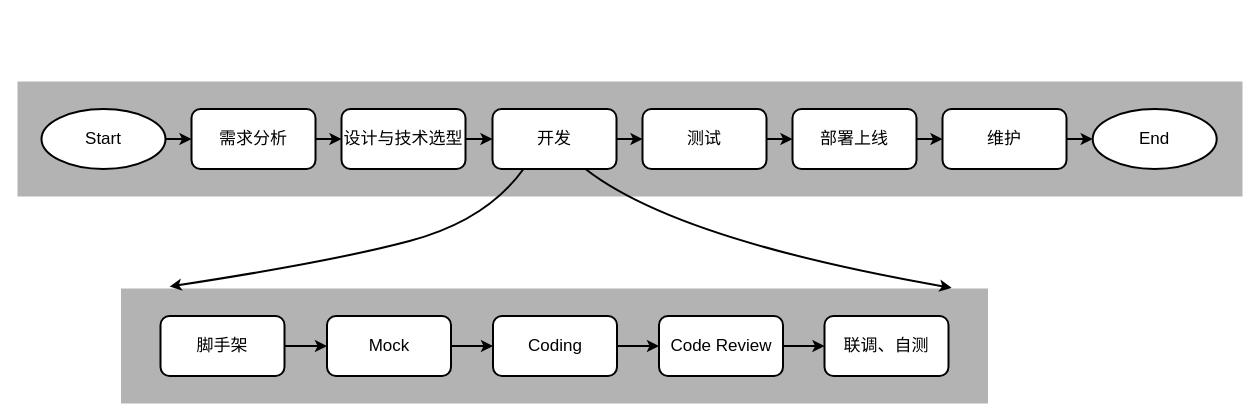
SHERlocked93/graph keeps this draw.io diagram as page "第 1 页" (1 of 2) of 项目开发流程.drawio. Above is the earlier version. Source tidied: cells renumbered, new cells numbered last; positions are measured from the earlier drawing's top-left corner, leaving out a move shared by most shapes. Both pictures are drawn from the tidied source at 100%, with x=0, y=0 at pixel (17, 81).
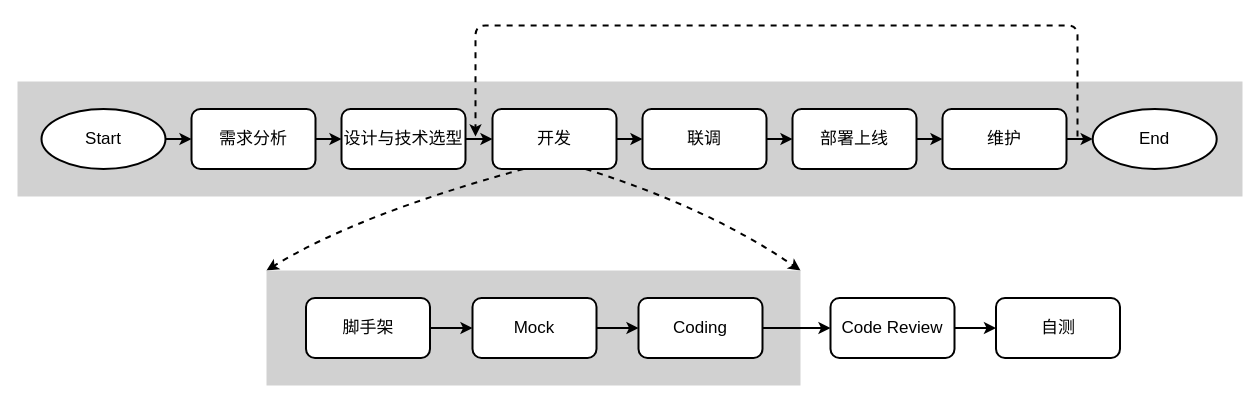
After the change.

Commit message:
更新项目开发流程.drawio

Unchanged cells that the change refers to:
```xml
<mxCell id="9" value="开发" style="rounded=1;whiteSpace=wrap;html=1;strokeWidth=2;fontSize=17;" parent="1" vertex="1">
  <mxGeometry x="475" y="27.5" width="124" height="60" as="geometry" />
</mxCell>
```

What changed in the source:
```diff
@@
-    <mxCell id="2" style="rounded=0;whiteSpace=wrap;html=1;strokeWidth=2;fontSize=17;strokeColor=none;fillColor=#B3B3B3;" parent="1" vertex="1">
-      <mxGeometry x="103.5" y="207" width="867" height="115" as="geometry" />
-    </mxCell>
-    <mxCell id="3" style="rounded=0;whiteSpace=wrap;html=1;strokeWidth=2;fontSize=17;strokeColor=none;fillColor=#B3B3B3;" parent="1" vertex="1">
+    <mxCell id="3" style="rounded=0;whiteSpace=wrap;html=1;strokeWidth=2;fontSize=17;strokeColor=none;fillColor=#D1D1D1;" parent="1" vertex="1">
       <mxGeometry width="1225" height="115" as="geometry" />
     </mxCell>
@@
-    <mxCell id="13" value="测试" style="rounded=1;whiteSpace=wrap;html=1;strokeWidth=2;fontSize=17;" parent="1" vertex="1">
+    <mxCell id="13" value="联调" style="rounded=1;whiteSpace=wrap;html=1;strokeWidth=2;fontSize=17;" parent="1" vertex="1">
       <mxGeometry x="625" y="27.5" width="124" height="60" as="geometry" />
     </mxCell>
@@
-    <mxCell id="16" style="curved=1;endArrow=classic;html=1;fontSize=17;strokeWidth=2;exitX=0.25;exitY=1;exitDx=0;exitDy=0;entryX=0.056;entryY=-0.017;entryDx=0;entryDy=0;entryPerimeter=0;" parent="1" edge="1" source="9" target="2">
-      <mxGeometry relative="1" as="geometry">
-        <Array as="points">
-          <mxPoint x="469" y="139" />
-          <mxPoint x="315" y="180" />
-        </Array>
-      </mxGeometry>
-    </mxCell>
@@
-    <mxCell id="20" style="edgeStyle=orthogonalEdgeStyle;rounded=0;jettySize=auto;html=1;entryX=0;entryY=0.5;entryDx=0;entryDy=0;strokeWidth=2;fontSize=17;" parent="1" edge="1" source="21" target="29">
-      <mxGeometry relative="1" as="geometry" />
-    </mxCell>
+    <mxCell id="30" style="curved=1;endArrow=classic;html=1;strokeWidth=2;exitX=0.25;exitY=1;exitDx=0;exitDy=0;entryX=0;entryY=0;entryDx=0;entryDy=0;dashed=1;" parent="1" edge="1" source="9" target="2">
+      <mxGeometry relative="1" as="geometry">
+        <Array as="points">
+          <mxPoint x="340" y="133" />
+        </Array>
+      </mxGeometry>
+    </mxCell>
+    <mxCell id="31" style="curved=1;endArrow=classic;html=1;strokeWidth=2;exitX=0.75;exitY=1;exitDx=0;exitDy=0;entryX=1;entryY=0;entryDx=0;entryDy=0;dashed=1;" parent="1" edge="1" source="9" target="2">
+      <mxGeometry relative="1" as="geometry">
+        <Array as="points">
+          <mxPoint x="693" y="127" />
+        </Array>
+      </mxGeometry>
+    </mxCell>
+    <mxCell id="32" style="group;" parent="1" vertex="1">
+      <mxGeometry x="249" y="189" width="853.5" height="115" as="geometry" />
+    </mxCell>
+    <mxCell id="2" style="rounded=0;whiteSpace=wrap;html=1;strokeWidth=2;fontSize=17;strokeColor=none;fillColor=#D1D1D1;" parent="32" vertex="1">
+      <mxGeometry width="534" height="115" as="geometry" />
+    </mxCell>
+    <mxCell id="33" style="group;" parent="32" vertex="1">
+      <mxGeometry x="39.5" y="27.5" width="814" height="60" as="geometry" />
+    </mxCell>
-    <mxCell id="21" value="脚手架" style="rounded=1;whiteSpace=wrap;html=1;strokeWidth=2;fontSize=17;" parent="1" vertex="1">
-      <mxGeometry x="143" y="234.5" width="124" height="60" as="geometry" />
+    <mxCell id="21" value="脚手架" style="rounded=1;whiteSpace=wrap;html=1;strokeWidth=2;fontSize=17;" parent="33" vertex="1">
+      <mxGeometry width="124" height="60" as="geometry" />
     </mxCell>
+    <mxCell id="23" value="Coding" style="rounded=1;whiteSpace=wrap;html=1;strokeWidth=2;fontSize=17;" parent="33" vertex="1">
+      <mxGeometry x="332.5" width="124" height="60" as="geometry" />
+    </mxCell>
+    <mxCell id="25" value="Code Review" style="rounded=1;whiteSpace=wrap;html=1;strokeWidth=2;fontSize=17;" parent="33" vertex="1">
+      <mxGeometry x="524.5" width="124" height="60" as="geometry" />
+    </mxCell>
-    <mxCell id="22" style="edgeStyle=orthogonalEdgeStyle;rounded=0;jettySize=auto;html=1;entryX=0;entryY=0.5;entryDx=0;entryDy=0;strokeWidth=2;fontSize=17;" parent="1" edge="1" source="23" target="25">
+    <mxCell id="22" style="edgeStyle=orthogonalEdgeStyle;rounded=0;jettySize=auto;html=1;entryX=0;entryY=0.5;entryDx=0;entryDy=0;strokeWidth=2;fontSize=17;" parent="33" edge="1" source="23" target="25">
       <mxGeometry relative="1" as="geometry" />
     </mxCell>
-    <mxCell id="23" value="Coding" style="rounded=1;whiteSpace=wrap;html=1;strokeWidth=2;fontSize=17;" parent="1" vertex="1">
-      <mxGeometry x="475.5" y="234.5" width="124" height="60" as="geometry" />
-    </mxCell>
+    <mxCell id="26" value="自测" style="rounded=1;whiteSpace=wrap;html=1;strokeWidth=2;fontSize=17;" parent="33" vertex="1">
+      <mxGeometry x="690" width="124" height="60" as="geometry" />
+    </mxCell>
-    <mxCell id="24" style="edgeStyle=orthogonalEdgeStyle;rounded=0;jettySize=auto;html=1;entryX=0;entryY=0.5;entryDx=0;entryDy=0;strokeWidth=2;fontSize=17;" parent="1" edge="1" source="25" target="26">
+    <mxCell id="24" style="edgeStyle=orthogonalEdgeStyle;rounded=0;jettySize=auto;html=1;entryX=0;entryY=0.5;entryDx=0;entryDy=0;strokeWidth=2;fontSize=17;" parent="33" edge="1" source="25" target="26">
       <mxGeometry relative="1" as="geometry" />
     </mxCell>
-    <mxCell id="25" value="Code Review" style="rounded=1;whiteSpace=wrap;html=1;strokeWidth=2;fontSize=17;" parent="1" vertex="1">
-      <mxGeometry x="641.5" y="234.5" width="124" height="60" as="geometry" />
-    </mxCell>
-    <mxCell id="26" value="联调、自测" style="rounded=1;whiteSpace=wrap;html=1;strokeWidth=2;fontSize=17;" parent="1" vertex="1">
-      <mxGeometry x="807" y="234.5" width="124" height="60" as="geometry" />
-    </mxCell>
-    <mxCell id="27" style="curved=1;endArrow=classic;html=1;fontSize=17;strokeWidth=2;exitX=0.75;exitY=1;exitDx=0;exitDy=0;entryX=0.958;entryY=-0.006;entryDx=0;entryDy=0;entryPerimeter=0;" parent="1" edge="1" source="9" target="2">
-      <mxGeometry relative="1" as="geometry">
-        <Array as="points">
-          <mxPoint x="658" y="158" />
-        </Array>
-      </mxGeometry>
-    </mxCell>
-    <mxCell id="28" style="edgeStyle=orthogonalEdgeStyle;rounded=0;jettySize=auto;html=1;entryX=0;entryY=0.5;entryDx=0;entryDy=0;strokeWidth=2;fontSize=17;" parent="1" edge="1" source="29" target="23">
+    <mxCell id="28" style="edgeStyle=orthogonalEdgeStyle;rounded=0;jettySize=auto;html=1;entryX=0;entryY=0.5;entryDx=0;entryDy=0;strokeWidth=2;fontSize=17;" parent="33" edge="1" source="29" target="23">
       <mxGeometry relative="1" as="geometry" />
     </mxCell>
-    <mxCell id="29" value="Mock" style="rounded=1;whiteSpace=wrap;html=1;strokeWidth=2;fontSize=17;" parent="1" vertex="1">
-      <mxGeometry x="309.5" y="234.5" width="124" height="60" as="geometry" />
+    <mxCell id="29" value="Mock" style="rounded=1;whiteSpace=wrap;html=1;strokeWidth=2;fontSize=17;" parent="33" vertex="1">
+      <mxGeometry x="166.5" width="124" height="60" as="geometry" />
     </mxCell>
+    <mxCell id="20" style="edgeStyle=orthogonalEdgeStyle;rounded=0;jettySize=auto;html=1;entryX=0;entryY=0.5;entryDx=0;entryDy=0;strokeWidth=2;fontSize=17;" parent="33" edge="1" source="21" target="29">
+      <mxGeometry relative="1" as="geometry" />
+    </mxCell>
+    <mxCell id="34" style="edgeStyle=elbowEdgeStyle;elbow=vertical;endArrow=classic;html=1;strokeWidth=2;dashed=1;" parent="1" edge="1">
+      <mxGeometry relative="1" as="geometry">
+        <mxPoint x="1060" y="55" as="sourcePoint" />
+        <mxPoint x="458" y="55" as="targetPoint" />
+        <Array as="points">
+          <mxPoint x="762" y="-56" />
+        </Array>
+      </mxGeometry>
+    </mxCell>
```
